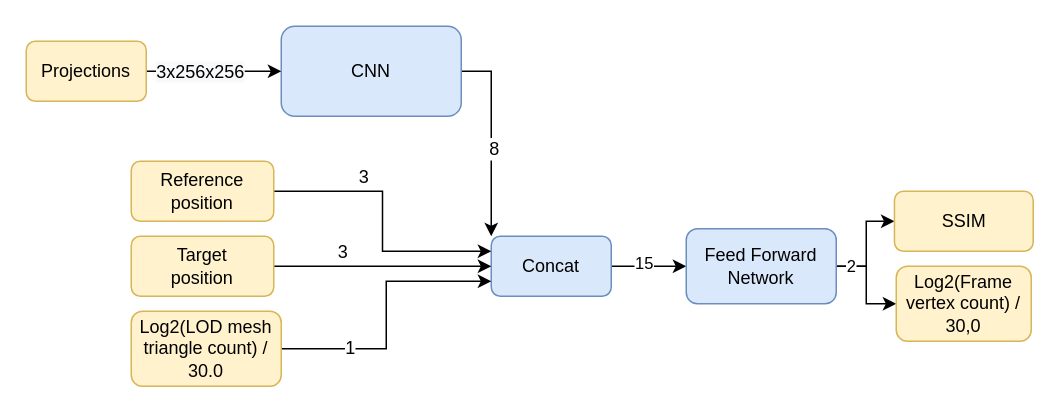
This is page "Page-1" (1 of 3) of documentation/nndiagram.drawio from frankplus/Deep-3D-optimization, a draw.io file, before an edit. Source tidied: cells renumbered, new cells numbered last; positions are measured from the earlier drawing's top-left corner, leaving out a move shared by most shapes. Both pictures are drawn from the tidied source at 150%, with x=0, y=0 at pixel (26, 26).
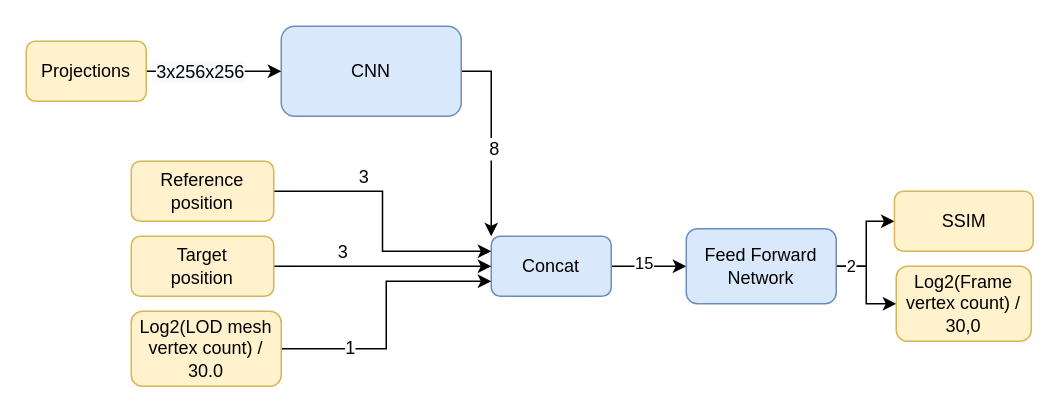
The same page after the edit.

What changed in the source:
```diff
@@
-    <mxCell id="19" value="Log2(LOD mesh&lt;br&gt;triangle count) / 30.0" style="rounded=1;whiteSpace=wrap;html=1;fillColor=#fff2cc;strokeColor=#d6b656;" parent="1" vertex="1">
+    <mxCell id="19" value="Log2(LOD mesh&lt;br&gt;vertex count) / 30.0" style="rounded=1;whiteSpace=wrap;html=1;fillColor=#fff2cc;strokeColor=#d6b656;" parent="1" vertex="1">
       <mxGeometry x="70" y="190" width="100" height="50" as="geometry" />
     </mxCell>
```
